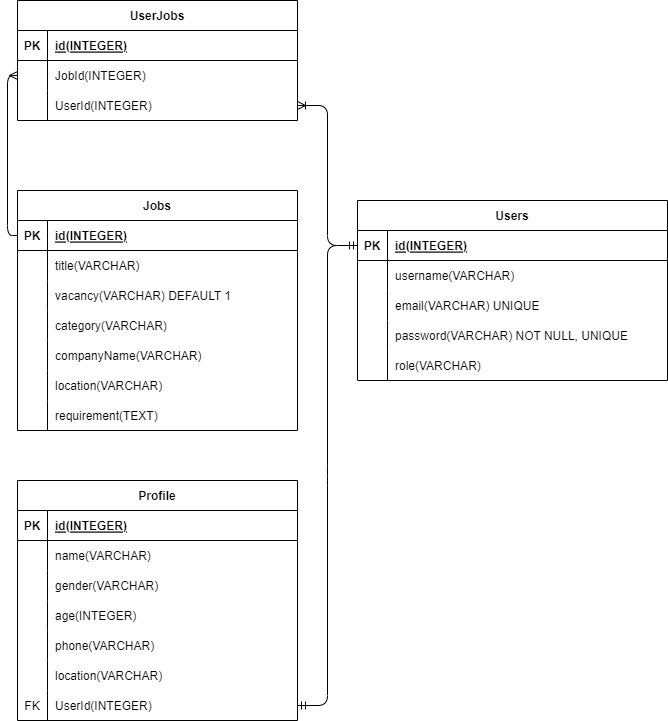
junharismon/Project-Phase1 keeps this draw.io diagram as pp-Job-Portal-ERD.drawio.png. Above is the earlier version. Source tidied: cells renumbered, new cells last; positions are measured from the earlier drawing's top-left corner, leaving out a move shared by most shapes.
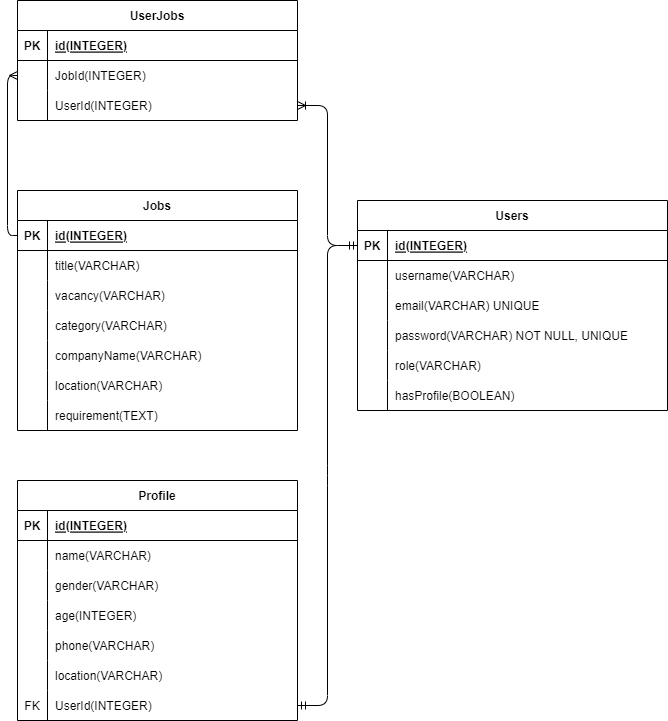
After the commit.

What changed in the source:
```diff
@@ -59,7 +59,7 @@
     <mxCell id="20" style="shape=partialRectangle;fillColor=none;top=0;left=0;bottom=0;right=0;overflow=hidden;" parent="19" vertex="1">
       <mxGeometry width="30" height="30" as="geometry" />
     </mxCell>
-    <mxCell id="21" value="vacancy(VARCHAR) DEFAULT 1" style="shape=partialRectangle;fillColor=none;top=0;left=0;bottom=0;right=0;align=left;spacingLeft=6;overflow=hidden;" parent="19" vertex="1">
+    <mxCell id="21" value="vacancy(VARCHAR)" style="shape=partialRectangle;fillColor=none;top=0;left=0;bottom=0;right=0;align=left;spacingLeft=6;overflow=hidden;" parent="19" vertex="1">
       <mxGeometry x="30" width="250" height="30" as="geometry" />
     </mxCell>
     <mxCell id="22" style="shape=tableRow;horizontal=0;startSize=0;swimlaneHead=0;swimlaneBody=0;fillColor=none;top=0;left=0;right=0;bottom=0;" parent="12" vertex="1">
@@ -168,7 +168,7 @@
       <mxGeometry relative="1" as="geometry" />
     </mxCell>
     <mxCell id="57" value="Users" style="shape=table;startSize=30;rowLines=0;fontStyle=1;align=center;" parent="1" vertex="1">
-      <mxGeometry x="340" y="200" width="310" height="180" as="geometry" />
+      <mxGeometry x="340" y="200" width="310" height="210" as="geometry" />
     </mxCell>
     <mxCell id="58" style="shape=tableRow;horizontal=0;startSize=0;swimlaneHead=0;swimlaneBody=0;fillColor=none;points=[[0,0.5],[1,0.5]];portConstraint=eastwest;top=0;left=0;right=0;bottom=1;" parent="57" vertex="1">
       <mxGeometry y="30" width="310" height="30" as="geometry" />
@@ -215,6 +215,15 @@
     <mxCell id="72" value="role(VARCHAR)" style="shape=partialRectangle;fillColor=none;top=0;left=0;bottom=0;right=0;align=left;spacingLeft=6;overflow=hidden;" parent="70" vertex="1">
       <mxGeometry x="30" width="280" height="30" as="geometry" />
     </mxCell>
+    <mxCell id="75" style="shape=tableRow;horizontal=0;startSize=0;swimlaneHead=0;swimlaneBody=0;fillColor=none;top=0;left=0;right=0;bottom=0;" parent="57" vertex="1">
+      <mxGeometry y="180" width="310" height="30" as="geometry" />
+    </mxCell>
+    <mxCell id="76" style="shape=partialRectangle;fillColor=none;top=0;left=0;bottom=0;right=0;overflow=hidden;" parent="75" vertex="1">
+      <mxGeometry width="30" height="30" as="geometry" />
+    </mxCell>
+    <mxCell id="77" value="hasProfile(BOOLEAN)" style="shape=partialRectangle;fillColor=none;top=0;left=0;bottom=0;right=0;align=left;spacingLeft=6;overflow=hidden;" parent="75" vertex="1">
+      <mxGeometry x="30" width="280" height="30" as="geometry" />
+    </mxCell>
     <mxCell id="73" style="edgeStyle=entityRelationEdgeStyle;fontSize=12;html=1;endArrow=ERmandOne;startArrow=ERmandOne;exitX=1;exitY=0.5;exitDx=0;exitDy=0;" parent="1" edge="1" source="53" target="58">
       <mxGeometry relative="1" as="geometry" />
     </mxCell>
```
